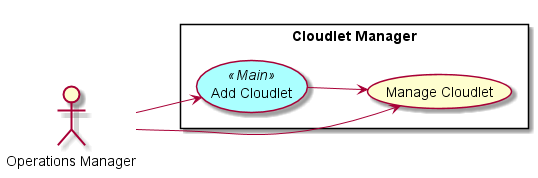
This is docs/Solution/Cloudlet-Manager/UseCases.png from CAADE/CloudLet, a PlantUML export, as it was before one commit. The source it was exported from:
```plantuml
@startuml

left to right direction

skinparam usecase {
  BackgroudnColor #ffffaa
  BackgroundColor<<Main>> #aaffff
}
actor :Operations Manager:

rectangle "Cloudlet Manager" {
UseCase UC1 <<Main>> as "Add Cloudlet"
UseCase UC2  as "Manage Cloudlet"

UC1 --> UC2
}

:Operations Manager: --> UC1
:Operations Manager: --> UC2

@enduml
```
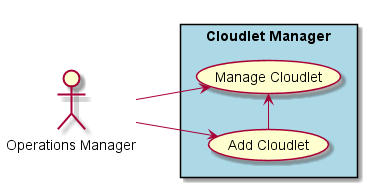
Above is the later version.

Diff of the diagram source:
```diff
@@ -2,17 +2,13 @@
 
 left to right direction
 
-skinparam usecase {
-  BackgroudnColor #ffffaa
-  BackgroundColor<<Main>> #aaffff
-}
 actor :Operations Manager:
 
-rectangle "Cloudlet Manager" {
-UseCase UC1 <<Main>> as "Add Cloudlet"
-UseCase UC2  as "Manage Cloudlet"
+rectangle "Cloudlet Manager" #lightblue {
+UseCase UC1 as "Add Cloudlet"
+UseCase UC2 as "Manage Cloudlet"
 
-UC1 --> UC2
+UC1 -> UC2
 }
 
 :Operations Manager: --> UC1
```
